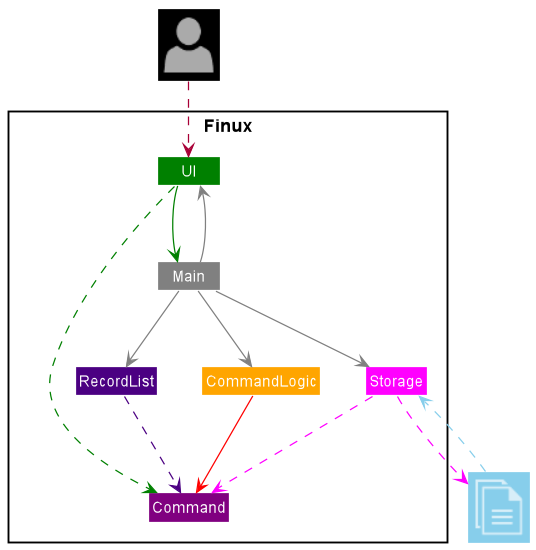
Earlier version of the PlantUML export docs/img/ArchitectureDiagram.png (nus-cs2113-AY2021S2/tp). Source of this version:
```plantuml
@startuml
!include <office/Concepts/globe_internet>
!include <office/Concepts/documents>
!include <office/Users/user>
!include style.puml


Package "Finux"<<Rectangle>> {
    Class UI #green
    Class Storage #magenta
    Class RecordList #indigo
    Class Main #grey
    Class CommandLogic #orange
    Class Command #purple
}

Class "<$user>" as User #black
Class "<$documents>" as File #skyblue

Main -[#grey]-> UI
Main -[#grey]-> RecordList
Main -[#grey]-> Storage
Main -[#grey]-> CommandLogic
UI -[#green]-> Main
CommandLogic -[#red]-> Command
UI .right[#green].> Command
RecordList .[#indigo].> Command
Storage .[#magenta].> Command
Storage .[#magenta].> File
File .[#skyblue].> Storage
User ..> UI
@enduml
```
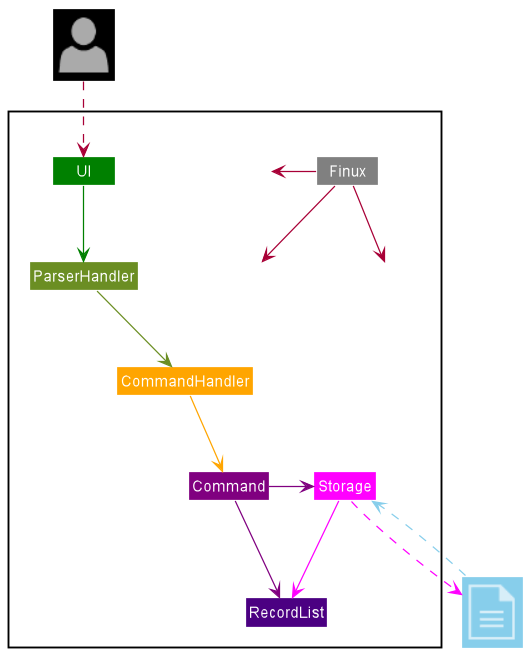
The same diagram one commit later.

Commit message:
Complete sample Architecture descriptions

Diff of the diagram source:
```diff
@@ -1,32 +1,38 @@
 @startuml
 !include <office/Concepts/globe_internet>
-!include <office/Concepts/documents>
+!include <office/Concepts/document>
 !include <office/Users/user>
 !include style.puml
 
 
-Package "Finux"<<Rectangle>> {
+Package " "<<Rectangle>> {
     Class UI #green
     Class Storage #magenta
     Class RecordList #indigo
-    Class Main #grey
-    Class CommandLogic #orange
+    Class Finux #grey
+    Class CommandHandler #orange
+    Class ParserHandler #olivedrab
     Class Command #purple
+    Class HiddenRecordList #white
+    Class HiddenUI #white
+    Class Hidden #white
 }
 
 Class "<$user>" as User #black
-Class "<$documents>" as File #skyblue
+Class "<$document>" as File #skyblue
 
-Main -[#grey]-> UI
-Main -[#grey]-> RecordList
-Main -[#grey]-> Storage
-Main -[#grey]-> CommandLogic
-UI -[#green]-> Main
-CommandLogic -[#red]-> Command
-UI .right[#green].> Command
-RecordList .[#indigo].> Command
-Storage .[#magenta].> Command
+User ..> UI
+UI -[#green]-> ParserHandler
+ParserHandler -[#olivedrab]-> CommandHandler
+CommandHandler -[#orange]-> Command
+Command -[#purple]-> RecordList
+Command -right[#purple]-> Storage
+Storage -[#magenta]-> RecordList
+
 Storage .[#magenta].> File
 File .[#skyblue].> Storage
-User ..> UI
+
+Finux -down-> Hidden
+Finux -left-> HiddenUI
+Finux -down-> HiddenRecordList
 @enduml
```
